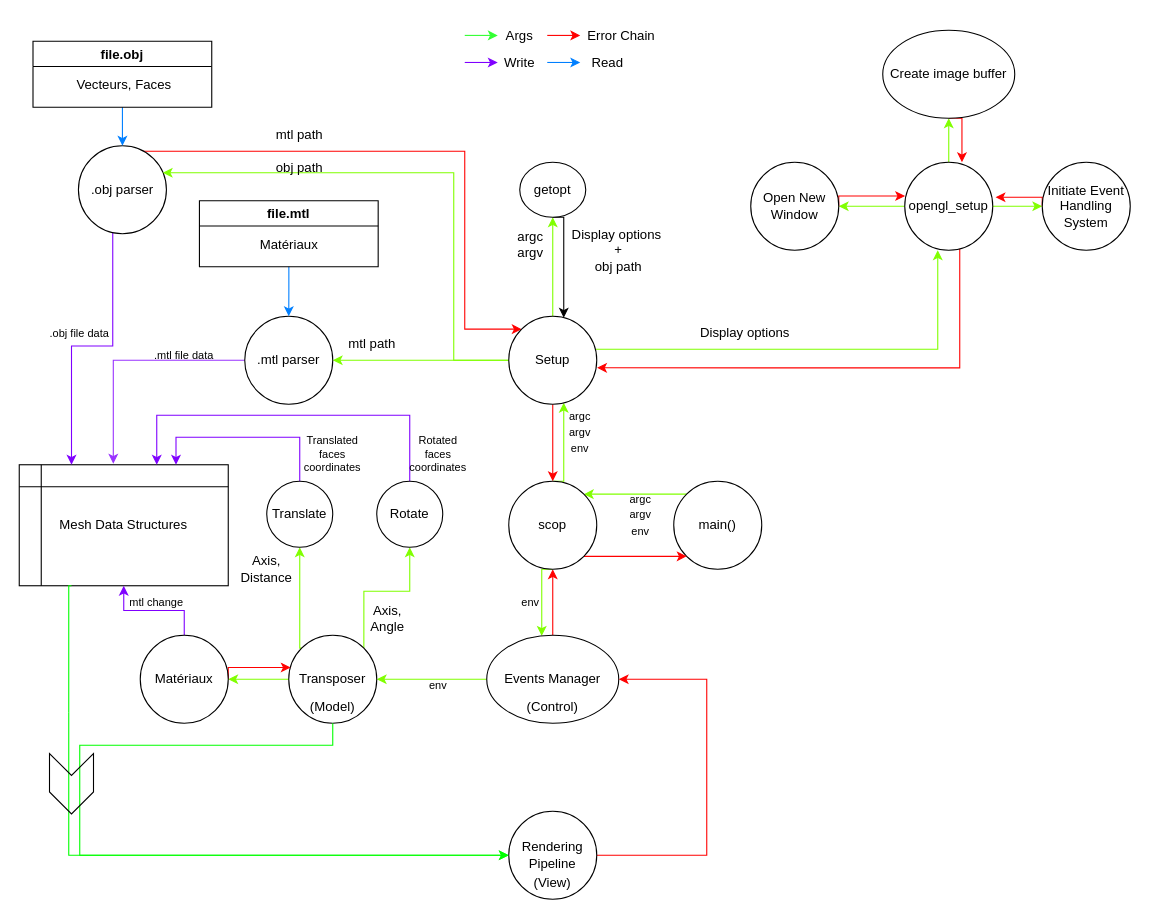
Earlier version of the draw.io diagram workflow/Architecture/scop.drawio (gedemais/scop). Source tidied: cells renumbered, new cells numbered last; positions are measured from the earlier drawing's top-left corner, leaving out a move shared by most shapes. Both pictures are drawn from the tidied source at 110%, with x=0, y=0 at pixel (19, 19).
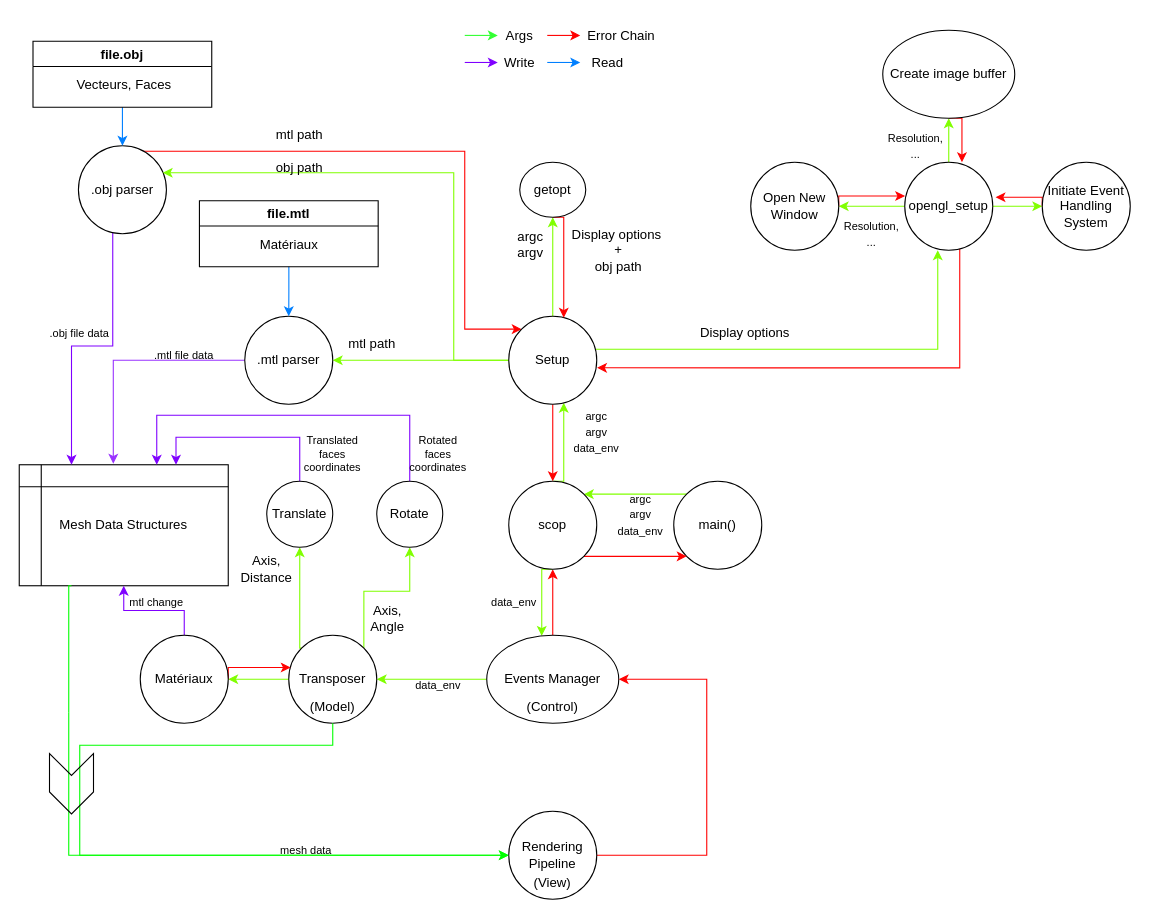
Above is the later version.

Unchanged cells that the change refers to:
```xml
<mxCell id="29" value="Setup" style="ellipse;whiteSpace=wrap;html=1;" parent="1" vertex="1">
  <mxGeometry x="445" y="270" width="80" height="80" as="geometry" />
</mxCell>
<mxCell id="32" value="getopt" style="ellipse;whiteSpace=wrap;html=1;" parent="1" vertex="1">
  <mxGeometry x="455" y="130" width="60" height="50" as="geometry" />
</mxCell>
```

What changed in the source:
```diff
@@
-    <mxCell id="30" value="&lt;font style=&quot;font-size: 10px&quot;&gt;argc&lt;br&gt;argv&lt;br&gt;env&lt;/font&gt;" style="text;html=1;strokeColor=none;fillColor=none;align=center;verticalAlign=middle;whiteSpace=wrap;rounded=0;" parent="1" vertex="1">
-      <mxGeometry x="480" y="360" width="60" height="30" as="geometry" />
+    <mxCell id="30" value="&lt;font style=&quot;font-size: 10px&quot;&gt;argc&lt;br&gt;argv&lt;br&gt;data_env&lt;/font&gt;" style="text;html=1;strokeColor=none;fillColor=none;align=center;verticalAlign=middle;whiteSpace=wrap;rounded=0;" parent="1" vertex="1">
+      <mxGeometry x="495" y="360" width="60" height="30" as="geometry" />
     </mxCell>
-    <mxCell id="31" style="edgeStyle=orthogonalEdgeStyle;rounded=0;jettySize=auto;html=1;exitX=0.5;exitY=1;exitDx=0;exitDy=0;" parent="1" edge="1" source="32" target="29">
+    <mxCell id="31" style="edgeStyle=orthogonalEdgeStyle;rounded=0;jettySize=auto;html=1;exitX=0.5;exitY=1;exitDx=0;exitDy=0;strokeColor=#FF0000;" parent="1" edge="1" source="32" target="29">
       <mxGeometry relative="1" as="geometry">
         <Array as="points">
           <mxPoint x="495" y="180" />
         </Array>
       </mxGeometry>
     </mxCell>
@@
-    <mxCell id="63" value="&lt;font style=&quot;font-size: 10px&quot;&gt;argc&lt;br&gt;argv&lt;br&gt;env&lt;/font&gt;" style="text;html=1;strokeColor=none;fillColor=none;align=center;verticalAlign=middle;whiteSpace=wrap;rounded=0;" parent="1" vertex="1">
+    <mxCell id="63" value="&lt;font style=&quot;font-size: 10px&quot;&gt;argc&lt;br&gt;argv&lt;br&gt;data_env&lt;/font&gt;" style="text;html=1;strokeColor=none;fillColor=none;align=center;verticalAlign=middle;whiteSpace=wrap;rounded=0;" parent="1" vertex="1">
       <mxGeometry x="535" y="435" width="60" height="30" as="geometry" />
     </mxCell>
@@
-    <mxCell id="82" value="env" style="text;html=1;strokeColor=none;fillColor=none;align=center;verticalAlign=middle;whiteSpace=wrap;rounded=0;fontSize=10;" parent="1" vertex="1">
-      <mxGeometry x="435" y="515" width="60" height="30" as="geometry" />
+    <mxCell id="82" value="data_env" style="text;html=1;strokeColor=none;fillColor=none;align=center;verticalAlign=middle;whiteSpace=wrap;rounded=0;fontSize=10;" parent="1" vertex="1">
+      <mxGeometry x="420" y="515" width="60" height="30" as="geometry" />
     </mxCell>
-    <mxCell id="83" value="env" style="text;html=1;strokeColor=none;fillColor=none;align=center;verticalAlign=middle;whiteSpace=wrap;rounded=0;fontSize=10;" parent="1" vertex="1">
+    <mxCell id="83" value="data_env" style="text;html=1;strokeColor=none;fillColor=none;align=center;verticalAlign=middle;whiteSpace=wrap;rounded=0;fontSize=10;" parent="1" vertex="1">
       <mxGeometry x="351.2" y="590" width="60" height="30" as="geometry" />
     </mxCell>
@@
+    <mxCell id="87" value="&lt;font style=&quot;font-size: 10px&quot;&gt;Resolution,&lt;br&gt;...&lt;br&gt;&lt;/font&gt;" style="text;html=1;strokeColor=none;fillColor=none;align=center;verticalAlign=middle;whiteSpace=wrap;rounded=0;" parent="1" vertex="1">
+      <mxGeometry x="745" y="180" width="60" height="30" as="geometry" />
+    </mxCell>
+    <mxCell id="88" value="&lt;font style=&quot;font-size: 10px&quot;&gt;Resolution,&lt;br&gt;...&lt;br&gt;&lt;/font&gt;" style="text;html=1;strokeColor=none;fillColor=none;align=center;verticalAlign=middle;whiteSpace=wrap;rounded=0;" parent="1" vertex="1">
+      <mxGeometry x="785" y="100" width="60" height="30" as="geometry" />
+    </mxCell>
+    <mxCell id="89" value="&lt;font style=&quot;font-size: 10px&quot;&gt;mesh data&lt;/font&gt;" style="text;html=1;strokeColor=none;fillColor=none;align=center;verticalAlign=middle;whiteSpace=wrap;rounded=0;" parent="1" vertex="1">
+      <mxGeometry x="231.2" y="740" width="60" height="30" as="geometry" />
+    </mxCell>
```
